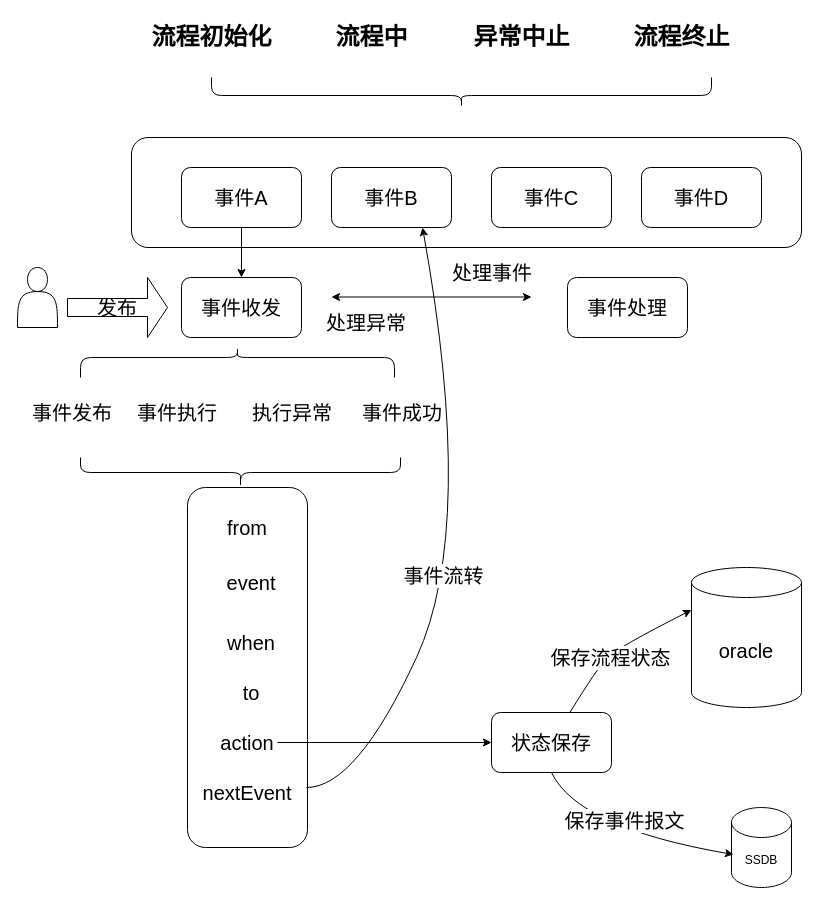
Before: page "场景落地" (3 of 3) of 事件总线原理图.drawio in java-zengguang/images, a draw.io diagram. Source tidied: cells renumbered, new cells numbered last; positions are measured from the earlier drawing's top-left corner, leaving out a move shared by most shapes. Both pictures are drawn from the tidied source at 100%, with x=0, y=0 at pixel (17, 17).
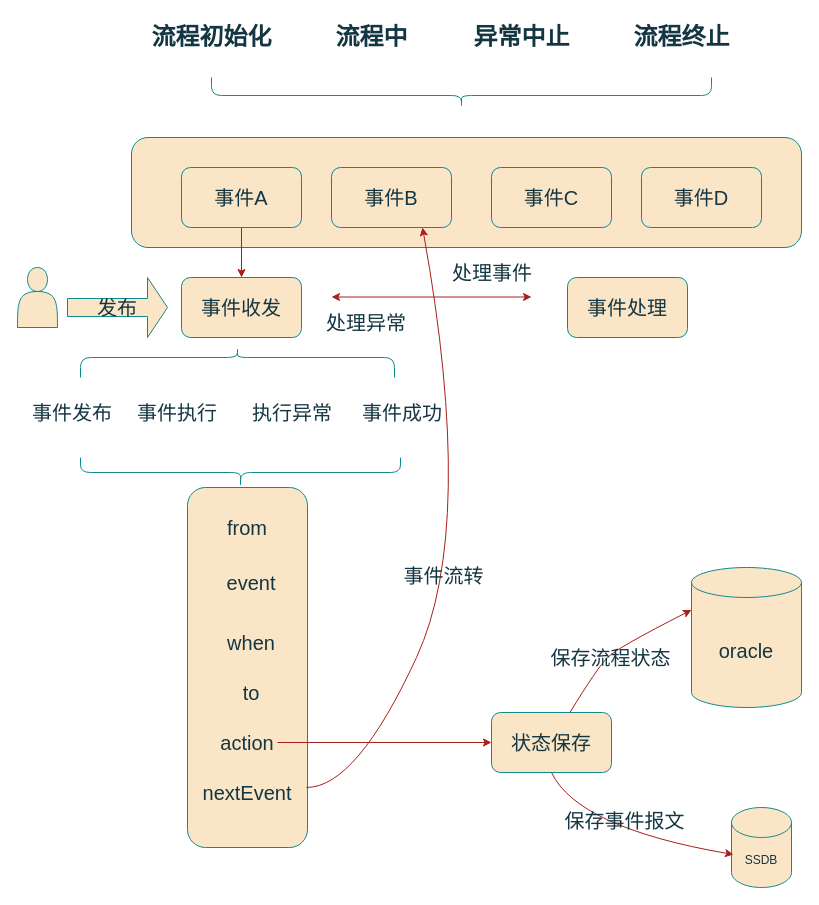
Above is the later version.

Commit message (it also covers changes not shown here):
更新事件总线原理图.drawio

Change to the diagram source:
```diff
@@
-    <mxCell id="2" style="rounded=1;whiteSpace=wrap;html=1;" parent="1" vertex="1">
+    <mxCell id="2" style="rounded=1;whiteSpace=wrap;html=1;labelBackgroundColor=none;fillColor=#FAE5C7;strokeColor=#0F8B8D;fontColor=#143642;" parent="1" vertex="1">
       <mxGeometry x="114" y="120" width="670" height="110" as="geometry" />
     </mxCell>
-    <mxCell id="3" style="edgeStyle=orthogonalEdgeStyle;rounded=0;jettySize=auto;html=1;" parent="1" edge="1" source="4" target="30">
+    <mxCell id="3" style="edgeStyle=orthogonalEdgeStyle;rounded=0;jettySize=auto;html=1;labelBackgroundColor=none;strokeColor=#A8201A;fontColor=default;" parent="1" edge="1" source="4" target="30">
       <mxGeometry relative="1" as="geometry" />
     </mxCell>
-    <mxCell id="4" value="&lt;font style=&quot;font-size: 20px;&quot;&gt;事件A&lt;/font&gt;" style="rounded=1;whiteSpace=wrap;html=1;" parent="1" vertex="1">
+    <mxCell id="4" value="&lt;font style=&quot;font-size: 20px;&quot;&gt;事件A&lt;/font&gt;" style="rounded=1;whiteSpace=wrap;html=1;labelBackgroundColor=none;fillColor=#FAE5C7;strokeColor=#0F8B8D;fontColor=#143642;" parent="1" vertex="1">
       <mxGeometry x="164" y="150" width="120" height="60" as="geometry" />
     </mxCell>
-    <mxCell id="5" value="&lt;font style=&quot;font-size: 20px;&quot;&gt;事件B&lt;/font&gt;" style="rounded=1;whiteSpace=wrap;html=1;" parent="1" vertex="1">
+    <mxCell id="5" value="&lt;font style=&quot;font-size: 20px;&quot;&gt;事件B&lt;/font&gt;" style="rounded=1;whiteSpace=wrap;html=1;labelBackgroundColor=none;fillColor=#FAE5C7;strokeColor=#0F8B8D;fontColor=#143642;" parent="1" vertex="1">
       <mxGeometry x="314" y="150" width="120" height="60" as="geometry" />
     </mxCell>
-    <mxCell id="6" value="&lt;font style=&quot;font-size: 20px;&quot;&gt;事件C&lt;/font&gt;" style="rounded=1;whiteSpace=wrap;html=1;" parent="1" vertex="1">
+    <mxCell id="6" value="&lt;font style=&quot;font-size: 20px;&quot;&gt;事件C&lt;/font&gt;" style="rounded=1;whiteSpace=wrap;html=1;labelBackgroundColor=none;fillColor=#FAE5C7;strokeColor=#0F8B8D;fontColor=#143642;" parent="1" vertex="1">
       <mxGeometry x="474" y="150" width="120" height="60" as="geometry" />
     </mxCell>
-    <mxCell id="7" value="&lt;font style=&quot;font-size: 20px;&quot;&gt;事件D&lt;/font&gt;" style="rounded=1;whiteSpace=wrap;html=1;" parent="1" vertex="1">
+    <mxCell id="7" value="&lt;font style=&quot;font-size: 20px;&quot;&gt;事件D&lt;/font&gt;" style="rounded=1;whiteSpace=wrap;html=1;labelBackgroundColor=none;fillColor=#FAE5C7;strokeColor=#0F8B8D;fontColor=#143642;" parent="1" vertex="1">
       <mxGeometry x="624" y="150" width="120" height="60" as="geometry" />
     </mxCell>
-    <mxCell id="8" style="shape=curlyBracket;whiteSpace=wrap;html=1;rounded=1;labelPosition=left;verticalLabelPosition=middle;align=right;verticalAlign=middle;size=0.4;direction=north;" parent="1" vertex="1">
+    <mxCell id="8" style="shape=curlyBracket;whiteSpace=wrap;html=1;rounded=1;labelPosition=left;verticalLabelPosition=middle;align=right;verticalAlign=middle;size=0.4;direction=north;labelBackgroundColor=none;fillColor=#FAE5C7;strokeColor=#0F8B8D;fontColor=#143642;" parent="1" vertex="1">
       <mxGeometry x="194" y="60" width="500" height="30" as="geometry" />
     </mxCell>
-    <mxCell id="9" value="流程初始化" style="text;strokeColor=none;fillColor=none;html=1;fontSize=24;fontStyle=1;verticalAlign=middle;align=center;" parent="1" vertex="1">
+    <mxCell id="9" value="流程初始化" style="text;strokeColor=none;fillColor=none;html=1;fontSize=24;fontStyle=1;verticalAlign=middle;align=center;labelBackgroundColor=none;fontColor=#143642;" parent="1" vertex="1">
       <mxGeometry x="144" width="100" height="40" as="geometry" />
     </mxCell>
-    <mxCell id="10" value="流程中" style="text;strokeColor=none;fillColor=none;html=1;fontSize=24;fontStyle=1;verticalAlign=middle;align=center;" parent="1" vertex="1">
+    <mxCell id="10" value="流程中" style="text;strokeColor=none;fillColor=none;html=1;fontSize=24;fontStyle=1;verticalAlign=middle;align=center;labelBackgroundColor=none;fontColor=#143642;" parent="1" vertex="1">
       <mxGeometry x="304" width="100" height="40" as="geometry" />
     </mxCell>
-    <mxCell id="11" value="异常中止" style="text;strokeColor=none;fillColor=none;html=1;fontSize=24;fontStyle=1;verticalAlign=middle;align=center;" parent="1" vertex="1">
+    <mxCell id="11" value="异常中止" style="text;strokeColor=none;fillColor=none;html=1;fontSize=24;fontStyle=1;verticalAlign=middle;align=center;labelBackgroundColor=none;fontColor=#143642;" parent="1" vertex="1">
       <mxGeometry x="454" width="100" height="40" as="geometry" />
     </mxCell>
-    <mxCell id="12" value="流程终止" style="text;strokeColor=none;fillColor=none;html=1;fontSize=24;fontStyle=1;verticalAlign=middle;align=center;" parent="1" vertex="1">
+    <mxCell id="12" value="流程终止" style="text;strokeColor=none;fillColor=none;html=1;fontSize=24;fontStyle=1;verticalAlign=middle;align=center;labelBackgroundColor=none;fontColor=#143642;" parent="1" vertex="1">
       <mxGeometry x="614" width="100" height="40" as="geometry" />
     </mxCell>
-    <mxCell id="13" style="shape=curlyBracket;whiteSpace=wrap;html=1;rounded=1;flipH=1;labelPosition=right;verticalLabelPosition=middle;align=left;verticalAlign=middle;direction=south;size=0.3333333333333333;" parent="1" vertex="1">
+    <mxCell id="13" style="shape=curlyBracket;whiteSpace=wrap;html=1;rounded=1;flipH=1;labelPosition=right;verticalLabelPosition=middle;align=left;verticalAlign=middle;direction=south;size=0.3333333333333333;labelBackgroundColor=none;fillColor=#FAE5C7;strokeColor=#0F8B8D;fontColor=#143642;" parent="1" vertex="1">
       <mxGeometry x="63" y="330" width="314" height="30" as="geometry" />
     </mxCell>
-    <mxCell id="14" value="&lt;font style=&quot;font-size: 20px;&quot;&gt;事件发布&lt;/font&gt;" style="text;html=1;align=center;verticalAlign=middle;whiteSpace=wrap;rounded=0;" parent="1" vertex="1">
+    <mxCell id="14" value="&lt;font style=&quot;font-size: 20px;&quot;&gt;事件发布&lt;/font&gt;" style="text;html=1;align=center;verticalAlign=middle;whiteSpace=wrap;rounded=0;labelBackgroundColor=none;fontColor=#143642;" parent="1" vertex="1">
       <mxGeometry x="10" y="380" width="90" height="30" as="geometry" />
     </mxCell>
-    <mxCell id="15" value="&lt;font style=&quot;font-size: 20px;&quot;&gt;事件执行&lt;/font&gt;" style="text;html=1;align=center;verticalAlign=middle;whiteSpace=wrap;rounded=0;" parent="1" vertex="1">
+    <mxCell id="15" value="&lt;font style=&quot;font-size: 20px;&quot;&gt;事件执行&lt;/font&gt;" style="text;html=1;align=center;verticalAlign=middle;whiteSpace=wrap;rounded=0;labelBackgroundColor=none;fontColor=#143642;" parent="1" vertex="1">
       <mxGeometry x="115" y="380" width="90" height="30" as="geometry" />
     </mxCell>
-    <mxCell id="16" value="&lt;font style=&quot;font-size: 20px;&quot;&gt;执行异常&lt;/font&gt;" style="text;html=1;align=center;verticalAlign=middle;whiteSpace=wrap;rounded=0;" parent="1" vertex="1">
+    <mxCell id="16" value="&lt;font style=&quot;font-size: 20px;&quot;&gt;执行异常&lt;/font&gt;" style="text;html=1;align=center;verticalAlign=middle;whiteSpace=wrap;rounded=0;labelBackgroundColor=none;fontColor=#143642;" parent="1" vertex="1">
       <mxGeometry x="230" y="380" width="90" height="30" as="geometry" />
     </mxCell>
-    <mxCell id="17" value="&lt;font style=&quot;font-size: 20px;&quot;&gt;事件成功&lt;/font&gt;" style="text;html=1;align=center;verticalAlign=middle;whiteSpace=wrap;rounded=0;" parent="1" vertex="1">
+    <mxCell id="17" value="&lt;font style=&quot;font-size: 20px;&quot;&gt;事件成功&lt;/font&gt;" style="text;html=1;align=center;verticalAlign=middle;whiteSpace=wrap;rounded=0;labelBackgroundColor=none;fontColor=#143642;" parent="1" vertex="1">
       <mxGeometry x="340" y="380" width="90" height="30" as="geometry" />
     </mxCell>
-    <mxCell id="18" style="edgeStyle=orthogonalEdgeStyle;rounded=0;orthogonalLoop=1;jettySize=auto;html=1;exitX=0.5;exitY=1;exitDx=0;exitDy=0;" parent="1" edge="1" source="14" target="14">
+    <mxCell id="18" style="edgeStyle=orthogonalEdgeStyle;rounded=0;orthogonalLoop=1;jettySize=auto;html=1;exitX=0.5;exitY=1;exitDx=0;exitDy=0;labelBackgroundColor=none;strokeColor=#A8201A;fontColor=default;" parent="1" edge="1" source="14" target="14">
       <mxGeometry relative="1" as="geometry" />
     </mxCell>
-    <mxCell id="19" style="shape=curlyBracket;whiteSpace=wrap;html=1;rounded=1;flipH=1;labelPosition=right;verticalLabelPosition=middle;align=left;verticalAlign=middle;direction=north;size=0.5;" parent="1" vertex="1">
+    <mxCell id="19" style="shape=curlyBracket;whiteSpace=wrap;html=1;rounded=1;flipH=1;labelPosition=right;verticalLabelPosition=middle;align=left;verticalAlign=middle;direction=north;size=0.5;labelBackgroundColor=none;fillColor=#FAE5C7;strokeColor=#0F8B8D;fontColor=#143642;" parent="1" vertex="1">
       <mxGeometry x="63" y="440" width="320" height="30" as="geometry" />
     </mxCell>
-    <mxCell id="20" style="rounded=1;whiteSpace=wrap;html=1;" parent="1" vertex="1">
+    <mxCell id="20" style="rounded=1;whiteSpace=wrap;html=1;labelBackgroundColor=none;fillColor=#FAE5C7;strokeColor=#0F8B8D;fontColor=#143642;" parent="1" vertex="1">
       <mxGeometry x="170" y="470" width="120" height="360" as="geometry" />
     </mxCell>
-    <mxCell id="21" style="curved=1;endArrow=classic;html=1;rounded=0;" parent="1" edge="1">
+    <mxCell id="21" style="curved=1;endArrow=classic;html=1;rounded=0;labelBackgroundColor=none;strokeColor=#A8201A;fontColor=default;" parent="1" edge="1">
       <mxGeometry relative="1" as="geometry">
         <mxPoint x="289" y="770" as="sourcePoint" />
         <mxPoint x="405" y="210" as="targetPoint" />
         <Array as="points">
           <mxPoint x="339" y="770" />
           <mxPoint x="459" y="510" />
         </Array>
       </mxGeometry>
     </mxCell>
-    <mxCell id="22" value="&lt;font style=&quot;font-size: 20px;&quot;&gt;事件流转&lt;/font&gt;" style="edgeLabel;html=1;align=center;verticalAlign=middle;" parent="21" vertex="1">
+    <mxCell id="22" value="&lt;font style=&quot;font-size: 20px;&quot;&gt;事件流转&lt;/font&gt;" style="edgeLabel;html=1;align=center;verticalAlign=middle;labelBackgroundColor=none;fontColor=#143642;" parent="21" vertex="1">
       <mxGeometry x="-0.13" y="10" relative="1" as="geometry" />
     </mxCell>
-    <mxCell id="23" value="&lt;font style=&quot;font-size: 20px;&quot;&gt;from&lt;/font&gt;" style="text;html=1;align=center;verticalAlign=middle;whiteSpace=wrap;rounded=0;" parent="1" vertex="1">
+    <mxCell id="23" value="&lt;font style=&quot;font-size: 20px;&quot;&gt;from&lt;/font&gt;" style="text;html=1;align=center;verticalAlign=middle;whiteSpace=wrap;rounded=0;labelBackgroundColor=none;fontColor=#143642;" parent="1" vertex="1">
       <mxGeometry x="200" y="495" width="60" height="30" as="geometry" />
     </mxCell>
-    <mxCell id="24" value="&lt;font style=&quot;font-size: 20px;&quot;&gt;event&lt;/font&gt;" style="text;html=1;align=center;verticalAlign=middle;whiteSpace=wrap;rounded=0;" parent="1" vertex="1">
+    <mxCell id="24" value="&lt;font style=&quot;font-size: 20px;&quot;&gt;event&lt;/font&gt;" style="text;html=1;align=center;verticalAlign=middle;whiteSpace=wrap;rounded=0;labelBackgroundColor=none;fontColor=#143642;" parent="1" vertex="1">
       <mxGeometry x="204" y="550" width="60" height="30" as="geometry" />
     </mxCell>
-    <mxCell id="25" value="&lt;font style=&quot;font-size: 20px;&quot;&gt;when&lt;/font&gt;" style="text;html=1;align=center;verticalAlign=middle;whiteSpace=wrap;rounded=0;" parent="1" vertex="1">
+    <mxCell id="25" value="&lt;font style=&quot;font-size: 20px;&quot;&gt;when&lt;/font&gt;" style="text;html=1;align=center;verticalAlign=middle;whiteSpace=wrap;rounded=0;labelBackgroundColor=none;fontColor=#143642;" parent="1" vertex="1">
       <mxGeometry x="204" y="610" width="60" height="30" as="geometry" />
     </mxCell>
-    <mxCell id="26" value="&lt;font style=&quot;font-size: 20px;&quot;&gt;to&lt;/font&gt;" style="text;html=1;align=center;verticalAlign=middle;whiteSpace=wrap;rounded=0;" parent="1" vertex="1">
+    <mxCell id="26" value="&lt;font style=&quot;font-size: 20px;&quot;&gt;to&lt;/font&gt;" style="text;html=1;align=center;verticalAlign=middle;whiteSpace=wrap;rounded=0;labelBackgroundColor=none;fontColor=#143642;" parent="1" vertex="1">
       <mxGeometry x="204" y="660" width="60" height="30" as="geometry" />
     </mxCell>
-    <mxCell id="27" style="edgeStyle=orthogonalEdgeStyle;rounded=0;jettySize=auto;html=1;entryX=0;entryY=0.5;entryDx=0;entryDy=0;" parent="1" edge="1" source="28" target="33">
+    <mxCell id="27" style="edgeStyle=orthogonalEdgeStyle;rounded=0;jettySize=auto;html=1;entryX=0;entryY=0.5;entryDx=0;entryDy=0;labelBackgroundColor=none;strokeColor=#A8201A;fontColor=default;" parent="1" edge="1" source="28" target="33">
       <mxGeometry relative="1" as="geometry" />
     </mxCell>
-    <mxCell id="28" value="&lt;font style=&quot;font-size: 20px;&quot;&gt;action&lt;/font&gt;" style="text;html=1;align=center;verticalAlign=middle;whiteSpace=wrap;rounded=0;" parent="1" vertex="1">
+    <mxCell id="28" value="&lt;font style=&quot;font-size: 20px;&quot;&gt;action&lt;/font&gt;" style="text;html=1;align=center;verticalAlign=middle;whiteSpace=wrap;rounded=0;labelBackgroundColor=none;fontColor=#143642;" parent="1" vertex="1">
       <mxGeometry x="200" y="710" width="60" height="30" as="geometry" />
     </mxCell>
-    <mxCell id="29" value="&lt;font style=&quot;font-size: 20px;&quot;&gt;nextEvent&lt;/font&gt;" style="text;html=1;align=center;verticalAlign=middle;whiteSpace=wrap;rounded=0;" parent="1" vertex="1">
+    <mxCell id="29" value="&lt;font style=&quot;font-size: 20px;&quot;&gt;nextEvent&lt;/font&gt;" style="text;html=1;align=center;verticalAlign=middle;whiteSpace=wrap;rounded=0;labelBackgroundColor=none;fontColor=#143642;" parent="1" vertex="1">
       <mxGeometry x="200" y="760" width="60" height="30" as="geometry" />
     </mxCell>
-    <mxCell id="30" value="&lt;font style=&quot;font-size: 20px;&quot;&gt;事件收发&lt;/font&gt;" style="rounded=1;whiteSpace=wrap;html=1;" parent="1" vertex="1">
+    <mxCell id="30" value="&lt;font style=&quot;font-size: 20px;&quot;&gt;事件收发&lt;/font&gt;" style="rounded=1;whiteSpace=wrap;html=1;labelBackgroundColor=none;fillColor=#FAE5C7;strokeColor=#0F8B8D;fontColor=#143642;" parent="1" vertex="1">
       <mxGeometry x="164" y="260" width="120" height="60" as="geometry" />
     </mxCell>
-    <mxCell id="31" value="&lt;font style=&quot;font-size: 20px;&quot;&gt;oracle&lt;/font&gt;" style="shape=cylinder3;whiteSpace=wrap;html=1;boundedLbl=1;backgroundOutline=1;size=15;" parent="1" vertex="1">
+    <mxCell id="31" value="&lt;font style=&quot;font-size: 20px;&quot;&gt;oracle&lt;/font&gt;" style="shape=cylinder3;whiteSpace=wrap;html=1;boundedLbl=1;backgroundOutline=1;size=15;labelBackgroundColor=none;fillColor=#FAE5C7;strokeColor=#0F8B8D;fontColor=#143642;" parent="1" vertex="1">
       <mxGeometry x="674" y="550" width="110" height="140" as="geometry" />
     </mxCell>
-    <mxCell id="32" value="SSDB" style="shape=cylinder3;whiteSpace=wrap;html=1;boundedLbl=1;backgroundOutline=1;size=15;" parent="1" vertex="1">
+    <mxCell id="32" value="SSDB" style="shape=cylinder3;whiteSpace=wrap;html=1;boundedLbl=1;backgroundOutline=1;size=15;labelBackgroundColor=none;fillColor=#FAE5C7;strokeColor=#0F8B8D;fontColor=#143642;" parent="1" vertex="1">
       <mxGeometry x="714" y="790" width="60" height="80" as="geometry" />
     </mxCell>
-    <mxCell id="33" value="&lt;font style=&quot;font-size: 20px;&quot;&gt;状态保存&lt;/font&gt;" style="rounded=1;whiteSpace=wrap;html=1;" parent="1" vertex="1">
+    <mxCell id="33" value="&lt;font style=&quot;font-size: 20px;&quot;&gt;状态保存&lt;/font&gt;" style="rounded=1;whiteSpace=wrap;html=1;labelBackgroundColor=none;fillColor=#FAE5C7;strokeColor=#0F8B8D;fontColor=#143642;" parent="1" vertex="1">
       <mxGeometry x="474" y="695" width="120" height="60" as="geometry" />
     </mxCell>
-    <mxCell id="34" style="curved=1;endArrow=classic;html=1;rounded=0;entryX=0;entryY=0;entryDx=0;entryDy=42.5;entryPerimeter=0;" parent="1" edge="1" source="33" target="31">
+    <mxCell id="34" style="curved=1;endArrow=classic;html=1;rounded=0;entryX=0;entryY=0;entryDx=0;entryDy=42.5;entryPerimeter=0;labelBackgroundColor=none;strokeColor=#A8201A;fontColor=default;" parent="1" edge="1" source="33" target="31">
       <mxGeometry relative="1" as="geometry">
         <Array as="points">
           <mxPoint x="580" y="650" />
           <mxPoint x="600" y="630" />
         </Array>
       </mxGeometry>
     </mxCell>
-    <mxCell id="35" value="&lt;font style=&quot;font-size: 20px;&quot;&gt;保存流程状态&lt;/font&gt;" style="edgeLabel;html=1;align=center;verticalAlign=middle;" parent="34" vertex="1">
+    <mxCell id="35" value="&lt;font style=&quot;font-size: 20px;&quot;&gt;保存流程状态&lt;/font&gt;" style="edgeLabel;html=1;align=center;verticalAlign=middle;labelBackgroundColor=none;fontColor=#143642;" parent="34" vertex="1">
       <mxGeometry x="-0.16" y="-2" relative="1" as="geometry" />
     </mxCell>
-    <mxCell id="36" style="curved=1;endArrow=classic;html=1;rounded=0;exitX=0.5;exitY=1;exitDx=0;exitDy=0;entryX=0.033;entryY=0.588;entryDx=0;entryDy=0;entryPerimeter=0;" parent="1" edge="1" source="33" target="32">
+    <mxCell id="36" style="curved=1;endArrow=classic;html=1;rounded=0;exitX=0.5;exitY=1;exitDx=0;exitDy=0;entryX=0.033;entryY=0.588;entryDx=0;entryDy=0;entryPerimeter=0;labelBackgroundColor=none;strokeColor=#A8201A;fontColor=default;" parent="1" edge="1" source="33" target="32">
       <mxGeometry relative="1" as="geometry">
         <Array as="points">
           <mxPoint x="560" y="810" />
         </Array>
       </mxGeometry>
     </mxCell>
-    <mxCell id="37" value="&lt;font style=&quot;font-size: 20px;&quot;&gt;保存事件报文&lt;/font&gt;" style="edgeLabel;html=1;align=center;verticalAlign=middle;" parent="36" vertex="1">
+    <mxCell id="37" value="&lt;font style=&quot;font-size: 20px;&quot;&gt;保存事件报文&lt;/font&gt;" style="edgeLabel;html=1;align=center;verticalAlign=middle;labelBackgroundColor=none;fontColor=#143642;" parent="36" vertex="1">
       <mxGeometry x="-0.04" y="15" relative="1" as="geometry" />
     </mxCell>
-    <mxCell id="38" style="shape=actor;whiteSpace=wrap;html=1;" parent="1" vertex="1">
+    <mxCell id="38" style="shape=actor;whiteSpace=wrap;html=1;labelBackgroundColor=none;fillColor=#FAE5C7;strokeColor=#0F8B8D;fontColor=#143642;" parent="1" vertex="1">
       <mxGeometry y="250" width="40" height="60" as="geometry" />
     </mxCell>
-    <mxCell id="39" value="&lt;font style=&quot;font-size: 20px;&quot;&gt;发布&lt;/font&gt;" style="shape=singleArrow;whiteSpace=wrap;html=1;" parent="1" vertex="1">
+    <mxCell id="39" value="&lt;font style=&quot;font-size: 20px;&quot;&gt;发布&lt;/font&gt;" style="shape=singleArrow;whiteSpace=wrap;html=1;labelBackgroundColor=none;fillColor=#FAE5C7;strokeColor=#0F8B8D;fontColor=#143642;" parent="1" vertex="1">
       <mxGeometry x="50" y="260" width="100" height="60" as="geometry" />
     </mxCell>
-    <mxCell id="40" value="&lt;font style=&quot;font-size: 20px;&quot;&gt;事件处理&lt;/font&gt;" style="rounded=1;whiteSpace=wrap;html=1;" parent="1" vertex="1">
+    <mxCell id="40" value="&lt;font style=&quot;font-size: 20px;&quot;&gt;事件处理&lt;/font&gt;" style="rounded=1;whiteSpace=wrap;html=1;labelBackgroundColor=none;fillColor=#FAE5C7;strokeColor=#0F8B8D;fontColor=#143642;" parent="1" vertex="1">
       <mxGeometry x="550" y="260" width="120" height="60" as="geometry" />
     </mxCell>
-    <mxCell id="41" style="endArrow=classic;startArrow=classic;html=1;rounded=0;" parent="1" edge="1">
+    <mxCell id="41" style="endArrow=classic;startArrow=classic;html=1;rounded=0;labelBackgroundColor=none;strokeColor=#A8201A;fontColor=default;" parent="1" edge="1">
       <mxGeometry relative="1" as="geometry">
         <mxPoint x="314" y="279.5" as="sourcePoint" />
         <mxPoint x="514" y="279.5" as="targetPoint" />
       </mxGeometry>
     </mxCell>
-    <mxCell id="42" value="&lt;font style=&quot;font-size: 20px;&quot;&gt;处理事件&lt;/font&gt;" style="text;html=1;align=center;verticalAlign=middle;whiteSpace=wrap;rounded=0;" parent="1" vertex="1">
+    <mxCell id="42" value="&lt;font style=&quot;font-size: 20px;&quot;&gt;处理事件&lt;/font&gt;" style="text;html=1;align=center;verticalAlign=middle;whiteSpace=wrap;rounded=0;labelBackgroundColor=none;fontColor=#143642;" parent="1" vertex="1">
       <mxGeometry x="430" y="240" width="90" height="30" as="geometry" />
     </mxCell>
-    <mxCell id="43" value="&lt;font style=&quot;font-size: 20px;&quot;&gt;处理异常&lt;/font&gt;" style="text;html=1;align=center;verticalAlign=middle;whiteSpace=wrap;rounded=0;" parent="1" vertex="1">
+    <mxCell id="43" value="&lt;font style=&quot;font-size: 20px;&quot;&gt;处理异常&lt;/font&gt;" style="text;html=1;align=center;verticalAlign=middle;whiteSpace=wrap;rounded=0;labelBackgroundColor=none;fontColor=#143642;" parent="1" vertex="1">
       <mxGeometry x="304" y="290" width="90" height="30" as="geometry" />
     </mxCell>
```
